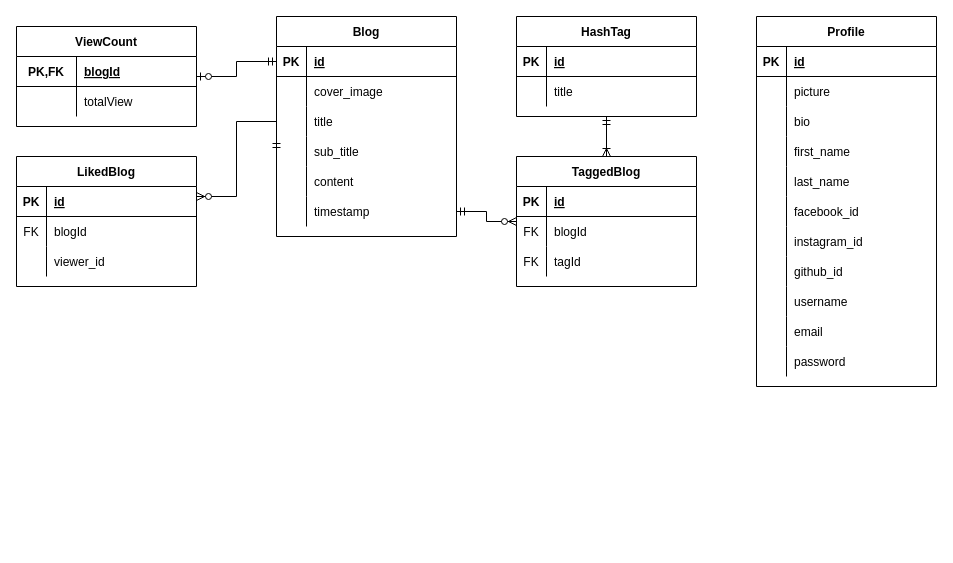
sijanmaharjan/project-blog keeps this draw.io diagram as assets/blog-er.drawio. Above is the earlier version. Source tidied: cells renumbered, new cells numbered last; positions are measured from the earlier drawing's top-left corner, leaving out a move shared by most shapes. Both pictures are drawn from the tidied source at 100%, with x=0, y=0 at pixel (16, 16).
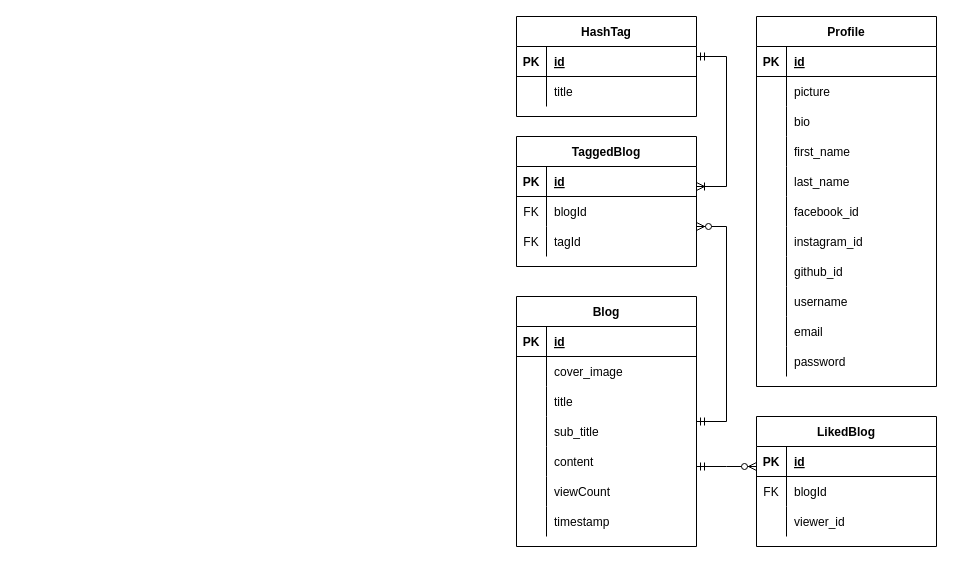
The same page after the edit.

The change refers to these unchanged cells:
```xml
<mxCell id="3" style="shape=partialRectangle;fillColor=none;top=0;left=0;bottom=1;right=0;points=[[0,0.5],[1,0.5]];portConstraint=eastwest;" parent="2" vertex="1">
  <mxGeometry y="30" width="180" height="30" as="geometry" />
</mxCell>
<mxCell id="12" style="shape=partialRectangle;fillColor=none;top=0;left=0;bottom=0;right=0;points=[[0,0.5],[1,0.5]];portConstraint=eastwest;" parent="2" vertex="1">
  <mxGeometry y="120" width="180" height="30" as="geometry" />
</mxCell>
<mxCell id="22" value="HashTag" style="shape=table;startSize=30;childLayout=tableLayout;rowLines=0;fontStyle=1;align=center;" parent="1" vertex="1">
  <mxGeometry x="500" width="180" height="100" as="geometry" />
</mxCell>
```

What changed in the source:
```diff
@@
     <mxCell id="2" value="Blog" style="shape=table;startSize=30;childLayout=tableLayout;rowLines=0;fontStyle=1;align=center;" parent="1" vertex="1">
-      <mxGeometry x="260" width="180" height="220" as="geometry" />
+      <mxGeometry x="500" y="280" width="180" height="250" as="geometry" />
     </mxCell>
@@
+    <mxCell id="93" style="shape=partialRectangle;fillColor=none;top=0;left=0;bottom=0;right=0;" parent="2" vertex="1">
+      <mxGeometry y="180" width="180" height="30" as="geometry" />
+    </mxCell>
+    <mxCell id="94" style="shape=partialRectangle;fillColor=none;top=0;left=0;bottom=0;right=0;overflow=hidden;" parent="93" vertex="1">
+      <mxGeometry width="30" height="30" as="geometry" />
+    </mxCell>
+    <mxCell id="95" value="viewCount" style="shape=partialRectangle;fillColor=none;top=0;left=0;bottom=0;right=0;align=left;spacingLeft=6;overflow=hidden;" parent="93" vertex="1">
+      <mxGeometry x="30" width="150" height="30" as="geometry" />
+    </mxCell>
     <mxCell id="18" style="shape=partialRectangle;fillColor=none;top=0;left=0;bottom=0;right=0;points=[[0,0.5],[1,0.5]];portConstraint=eastwest;" parent="2" vertex="1">
-      <mxGeometry y="180" width="180" height="30" as="geometry" />
+      <mxGeometry y="210" width="180" height="30" as="geometry" />
     </mxCell>
@@
     <mxCell id="21" style="edgeStyle=orthogonalEdgeStyle;rounded=0;jettySize=auto;html=1;endArrow=ERoneToMany;endFill=0;startArrow=ERmandOne;startFill=0;" parent="1" edge="1" source="22" target="29">
-      <mxGeometry relative="1" as="geometry" />
+      <mxGeometry relative="1" as="geometry">
+        <Array as="points">
+          <mxPoint x="710" y="40" />
+          <mxPoint x="710" y="170" />
+        </Array>
+      </mxGeometry>
     </mxCell>
@@
     <mxCell id="29" value="TaggedBlog" style="shape=table;startSize=30;childLayout=tableLayout;rowLines=0;fontStyle=1;align=center;" parent="1" vertex="1">
-      <mxGeometry x="500" y="140" width="180" height="130" as="geometry" />
+      <mxGeometry x="500" y="120" width="180" height="130" as="geometry" />
     </mxCell>
@@
-    <mxCell id="73" style="edgeStyle=orthogonalEdgeStyle;rounded=0;jettySize=auto;html=1;exitX=1;exitY=0.5;exitDx=0;exitDy=0;endArrow=ERzeroToMany;endFill=1;startArrow=ERmandOne;startFill=0;" parent="1" edge="1" source="18" target="29">
-      <mxGeometry relative="1" as="geometry" />
+    <mxCell id="73" style="edgeStyle=orthogonalEdgeStyle;rounded=0;jettySize=auto;html=1;endArrow=ERzeroToMany;endFill=1;startArrow=ERmandOne;startFill=0;" parent="1" edge="1" source="2" target="29">
+      <mxGeometry relative="1" as="geometry">
+        <Array as="points">
+          <mxPoint x="710" y="405" />
+          <mxPoint x="710" y="210" />
+        </Array>
+      </mxGeometry>
     </mxCell>
     <mxCell id="74" value="LikedBlog" style="shape=table;startSize=30;childLayout=tableLayout;rowLines=0;fontStyle=1;align=center;" parent="1" vertex="1">
-      <mxGeometry y="140" width="180" height="130" as="geometry" />
+      <mxGeometry x="740" y="400" width="180" height="130" as="geometry" />
     </mxCell>
@@
-    <mxCell id="84" value="ViewCount" style="shape=table;startSize=30;childLayout=tableLayout;rowLines=0;fontStyle=1;align=center;" parent="1" vertex="1">
-      <mxGeometry y="10" width="180" height="100" as="geometry" />
-    </mxCell>
-    <mxCell id="85" style="shape=partialRectangle;fillColor=none;top=0;left=0;bottom=1;right=0;" parent="84" vertex="1">
-      <mxGeometry y="30" width="180" height="30" as="geometry" />
-    </mxCell>
-    <mxCell id="86" value="PK,FK" style="shape=partialRectangle;fillColor=none;top=0;left=0;bottom=0;right=0;fontStyle=1;overflow=hidden;" parent="85" vertex="1">
-      <mxGeometry width="60" height="30" as="geometry" />
-    </mxCell>
-    <mxCell id="87" value="blogId" style="shape=partialRectangle;fillColor=none;top=0;left=0;bottom=0;right=0;align=left;spacingLeft=6;fontStyle=5;overflow=hidden;" parent="85" vertex="1">
-      <mxGeometry x="60" width="120" height="30" as="geometry" />
-    </mxCell>
-    <mxCell id="88" style="shape=partialRectangle;fillColor=none;top=0;left=0;bottom=0;right=0;" parent="84" vertex="1">
-      <mxGeometry y="60" width="180" height="30" as="geometry" />
-    </mxCell>
-    <mxCell id="89" style="shape=partialRectangle;fillColor=none;top=0;left=0;bottom=0;right=0;overflow=hidden;" parent="88" vertex="1">
-      <mxGeometry width="60" height="30" as="geometry" />
-    </mxCell>
-    <mxCell id="90" value="totalView" style="shape=partialRectangle;fillColor=none;top=0;left=0;bottom=0;right=0;align=left;spacingLeft=6;overflow=hidden;" parent="88" vertex="1">
-      <mxGeometry x="60" width="120" height="30" as="geometry" />
-    </mxCell>
-    <mxCell id="91" style="edgeStyle=orthogonalEdgeStyle;rounded=0;jettySize=auto;html=1;exitX=0;exitY=0.5;exitDx=0;exitDy=0;startArrow=ERmandOne;startFill=0;endArrow=ERzeroToOne;endFill=1;" parent="1" edge="1" source="3" target="84">
-      <mxGeometry relative="1" as="geometry" />
-    </mxCell>
-    <mxCell id="92" style="edgeStyle=orthogonalEdgeStyle;rounded=0;jettySize=auto;html=1;exitX=0;exitY=0.5;exitDx=0;exitDy=0;startArrow=ERmandOne;startFill=0;endArrow=ERzeroToMany;endFill=1;" parent="1" edge="1" source="12" target="74">
+    <mxCell id="92" style="edgeStyle=orthogonalEdgeStyle;rounded=0;jettySize=auto;html=1;startArrow=ERmandOne;startFill=0;endArrow=ERzeroToMany;endFill=1;" parent="1" edge="1" source="2" target="74">
       <mxGeometry relative="1" as="geometry">
         <Array as="points">
-          <mxPoint x="220" y="105" />
-          <mxPoint x="220" y="180" />
+          <mxPoint x="710" y="450" />
+          <mxPoint x="710" y="450" />
         </Array>
       </mxGeometry>
     </mxCell>
```
